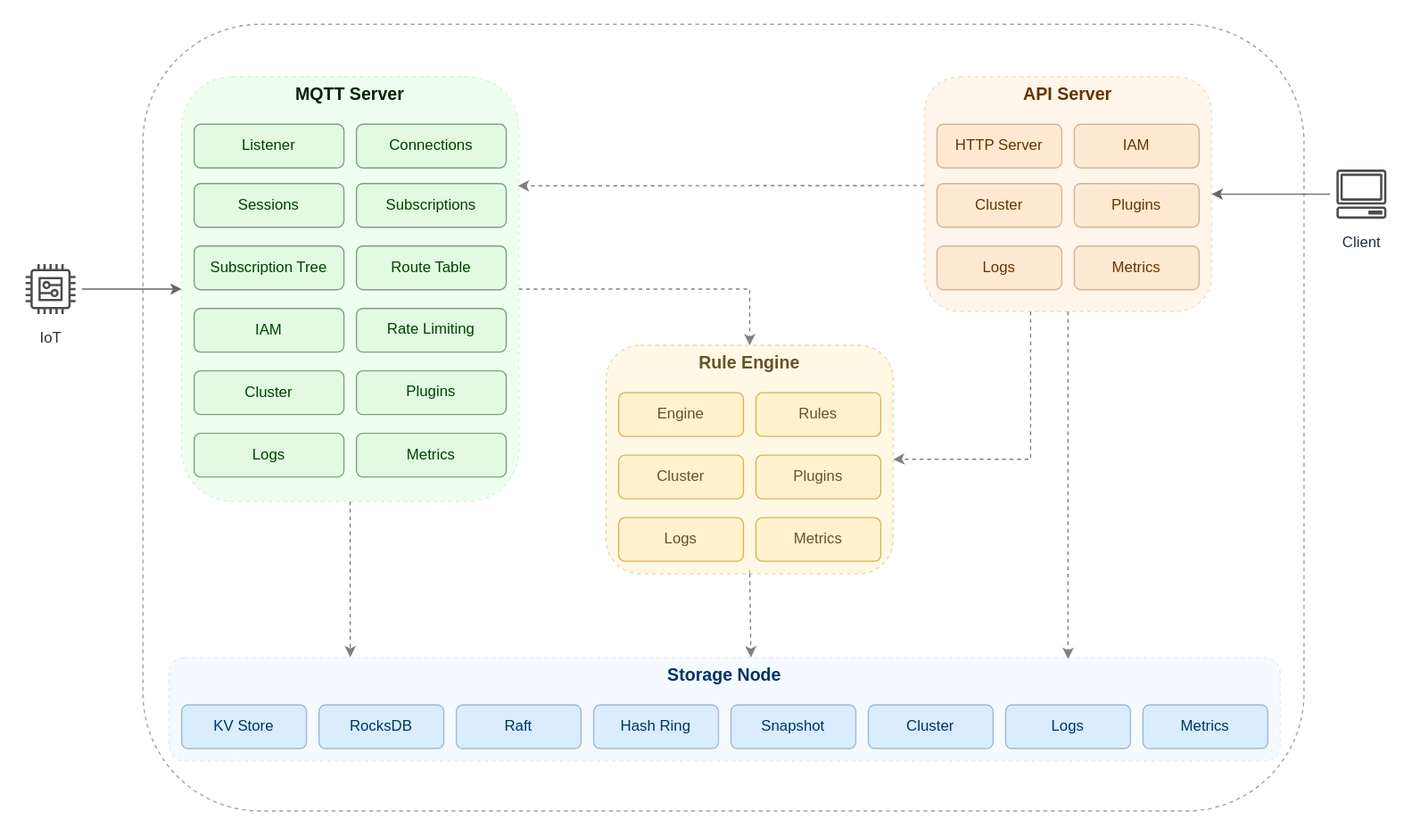
Above: docs/assets/architecture.svg in gsalomao/maxmq (draw.io), before the change. Source tidied: cells renumbered, new cells last; positions are measured from the earlier drawing's top-left corner, leaving out a move shared by most shapes.
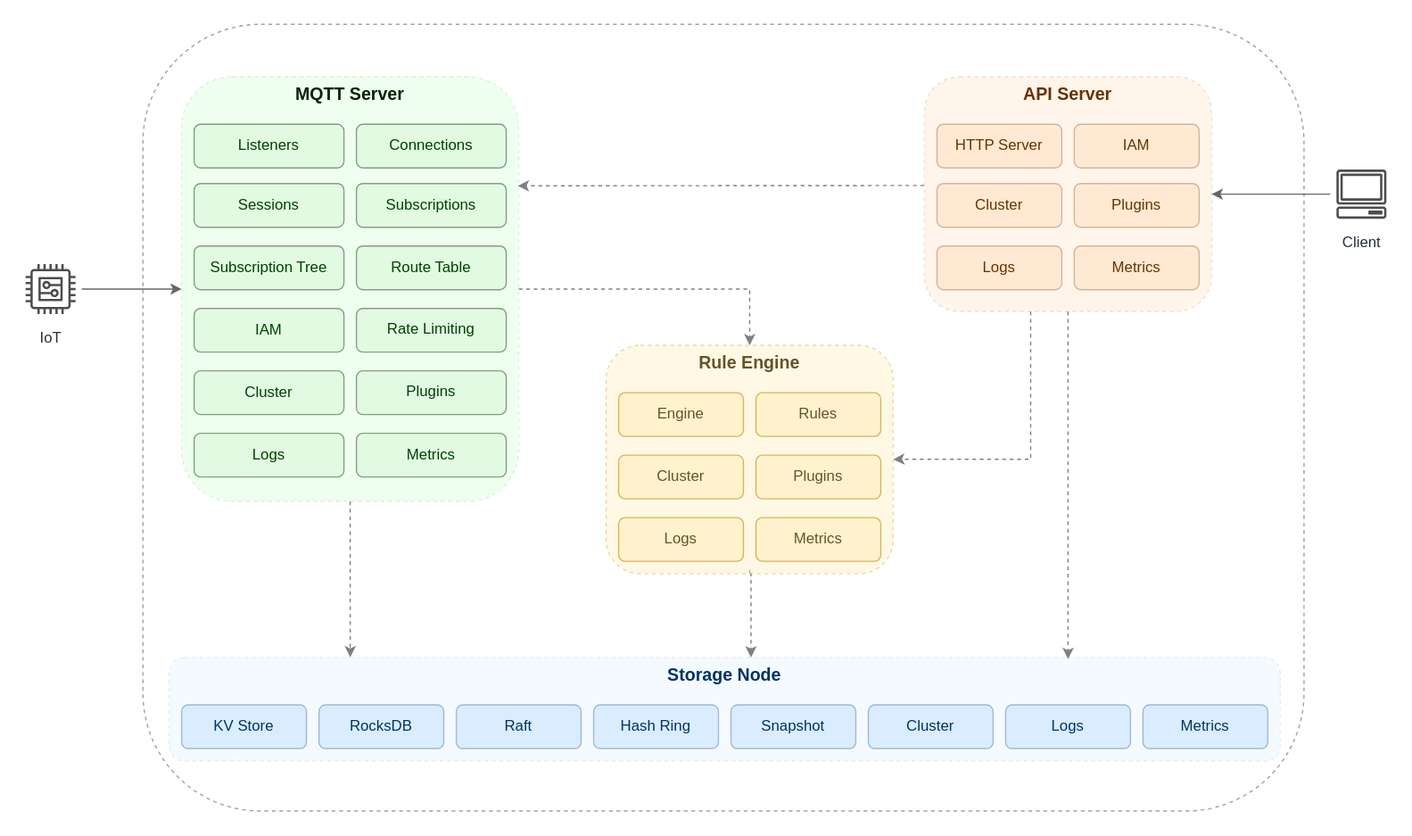
After the commit.

The edit, as a diff of the source:
```diff
@@ -40,7 +40,7 @@
     <mxCell id="12" style="rounded=1;whiteSpace=wrap;html=1;fontSize=8;fillColor=#FF9933;fontStyle=1;opacity=10;dashed=1;" parent="1" vertex="1">
       <mxGeometry x="740" y="60.8" width="230" height="188" as="geometry" />
     </mxCell>
-    <mxCell id="13" value="Listener" style="rounded=1;whiteSpace=wrap;html=1;fillColor=#E1FAE1;fontSize=12;strokeColor=#839E84;fontColor=#004200;labelBackgroundColor=none;" parent="1" vertex="1">
+    <mxCell id="13" value="Listeners" style="rounded=1;whiteSpace=wrap;html=1;fillColor=#E1FAE1;fontSize=12;strokeColor=#839E84;fontColor=#004200;labelBackgroundColor=none;" parent="1" vertex="1">
       <mxGeometry x="155" y="98.8" width="120" height="35" as="geometry" />
     </mxCell>
     <mxCell id="14" style="edgeStyle=orthogonalEdgeStyle;rounded=0;jettySize=auto;html=1;entryX=0.524;entryY=0.007;entryDx=0;entryDy=0;dashed=1;strokeColor=#808080;fontSize=14;exitX=0.5;exitY=1;exitDx=0;exitDy=0;entryPerimeter=0;" parent="1" edge="1" source="15" target="21">
```
